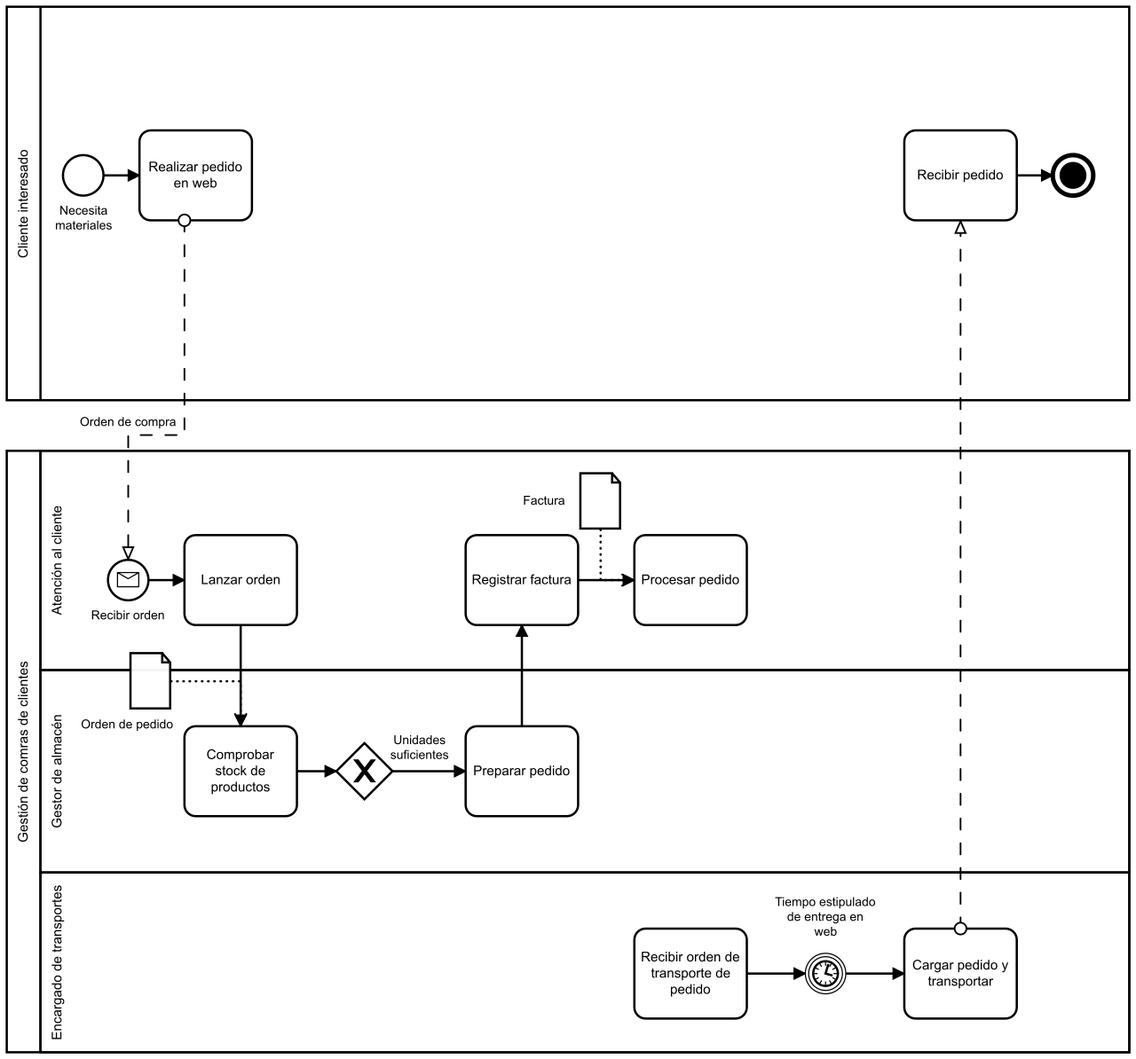
The BPMN diagram diagramas/diagramas a implantar/diagramaPedidoWeb.png in felipescalera/Proyecto-IR, before a commit. Its source is kept beside it as diagramas/diagramas a implantar/diagramaPedidoWeb.bpmn. Ids are renumbered.
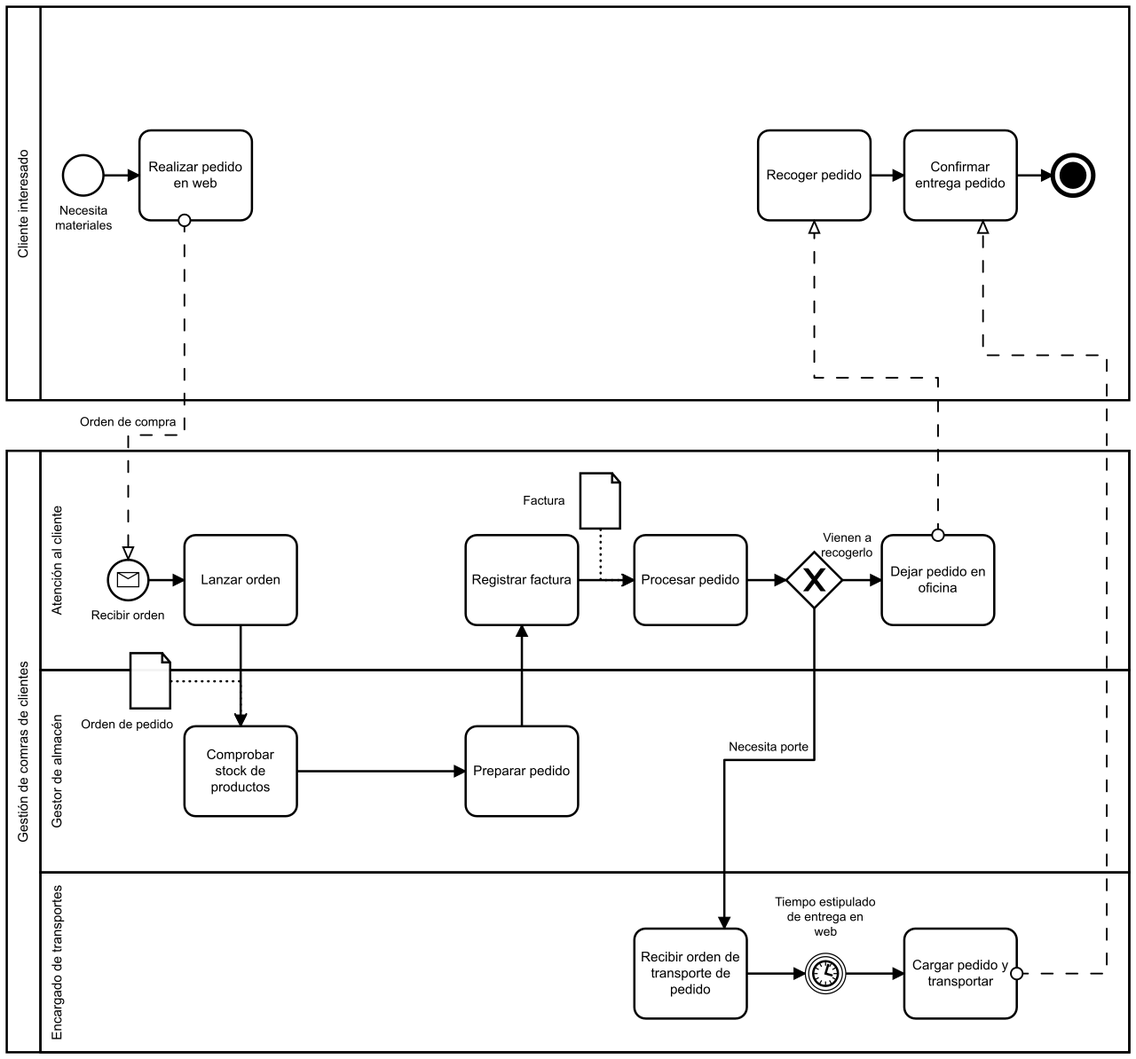
After the commit.

Commit message:
Correcciones finales del documento + añadidos y refinados objetivos, el 3.* y 4.* BPMN finales corregidos

Diff of the diagram source:
```diff
@@ -4,6 +4,7 @@
     <bpmn:participant id="Participant_n5" name="Cliente interesado" processRef="Process_n6" />
     <bpmn:messageFlow id="Flow_n7" name="Orden de compra" sourceRef="Activity_n8" targetRef="Event_n9" />
     <bpmn:messageFlow id="Flow_n10" sourceRef="Activity_n11" targetRef="Activity_n12" />
+    <bpmn:messageFlow id="Flow_n49" sourceRef="Activity_n50" targetRef="Activity_n51" />
   </bpmn:collaboration>
   <bpmn:process id="Process_n4" isExecutable="false">
     <bpmn:laneSet id="LaneSet_n13">
@@ -12,10 +13,11 @@
         <bpmn:flowNodeRef>Activity_n15</bpmn:flowNodeRef>
         <bpmn:flowNodeRef>Activity_n16</bpmn:flowNodeRef>
         <bpmn:flowNodeRef>Activity_n17</bpmn:flowNodeRef>
+        <bpmn:flowNodeRef>Gateway_n52</bpmn:flowNodeRef>
+        <bpmn:flowNodeRef>Activity_n50</bpmn:flowNodeRef>
       </bpmn:lane>
       <bpmn:lane id="Lane_n18" name="Gestor de almacén">
         <bpmn:flowNodeRef>Activity_n19</bpmn:flowNodeRef>
-        <bpmn:flowNodeRef>Gateway_n20</bpmn:flowNodeRef>
         <bpmn:flowNodeRef>Activity_n21</bpmn:flowNodeRef>
         <bpmn:childLaneSet id="LaneSet_n22" />
       </bpmn:lane>
@@ -44,12 +46,8 @@
     </bpmn:task>
     <bpmn:dataObjectReference id="DataObjectReference_n32" name="Orden de pedido" dataObjectRef="DataObject_n33" />
     <bpmn:dataObject id="DataObject_n33" />
-    <bpmn:exclusiveGateway id="Gateway_n20">
+    <bpmn:task id="Activity_n21" name="Preparar pedido">
       <bpmn:incoming>Flow_n29</bpmn:incoming>
-      <bpmn:outgoing>Flow_n34</bpmn:outgoing>
-    </bpmn:exclusiveGateway>
-    <bpmn:task id="Activity_n21" name="Preparar pedido">
-      <bpmn:incoming>Flow_n34</bpmn:incoming>
       <bpmn:outgoing>Flow_n35</bpmn:outgoing>
     </bpmn:task>
     <bpmn:task id="Activity_n16" name="Registrar factura">
@@ -58,6 +56,7 @@
     </bpmn:task>
     <bpmn:task id="Activity_n17" name="Procesar pedido">
       <bpmn:incoming>Flow_n36</bpmn:incoming>
+      <bpmn:outgoing>Flow_n53</bpmn:outgoing>
       <bpmn:property id="Property_n37" name="__targetRef_placeholder" />
       <bpmn:dataInputAssociation id="DataInputAssociation_n38">
         <bpmn:sourceRef>DataObjectReference_n39</bpmn:sourceRef>
@@ -68,12 +67,12 @@
     <bpmn:dataObject id="DataObject_n40" />
     <bpmn:sequenceFlow id="Flow_n26" sourceRef="Event_n9" targetRef="Activity_n15" />
     <bpmn:sequenceFlow id="Flow_n28" sourceRef="Activity_n15" targetRef="Activity_n19" />
-    <bpmn:sequenceFlow id="Flow_n29" sourceRef="Activity_n19" targetRef="Gateway_n20" />
-    <bpmn:sequenceFlow id="Flow_n34" name="Unidades suficientes" sourceRef="Gateway_n20" targetRef="Activity_n21" />
+    <bpmn:sequenceFlow id="Flow_n29" sourceRef="Activity_n19" targetRef="Activity_n21" />
     <bpmn:sequenceFlow id="Flow_n35" sourceRef="Activity_n21" targetRef="Activity_n16" />
     <bpmn:sequenceFlow id="Flow_n36" sourceRef="Activity_n16" targetRef="Activity_n17" />
     <bpmn:sequenceFlow id="Flow_n41" sourceRef="Activity_n24" targetRef="Event_n25" />
     <bpmn:task id="Activity_n24" name="Recibir orden de transporte de pedido">
+      <bpmn:incoming>Flow_n54</bpmn:incoming>
       <bpmn:outgoing>Flow_n41</bpmn:outgoing>
     </bpmn:task>
     <bpmn:intermediateCatchEvent id="Event_n25" name="Tiempo estipulado de entrega en web">
@@ -85,6 +84,17 @@
       <bpmn:incoming>Flow_n42</bpmn:incoming>
     </bpmn:task>
     <bpmn:sequenceFlow id="Flow_n42" sourceRef="Event_n25" targetRef="Activity_n11" />
+    <bpmn:sequenceFlow id="Flow_n54" name="Necesita porte" sourceRef="Gateway_n52" targetRef="Activity_n24" />
+    <bpmn:exclusiveGateway id="Gateway_n52">
+      <bpmn:incoming>Flow_n53</bpmn:incoming>
+      <bpmn:outgoing>Flow_n54</bpmn:outgoing>
+      <bpmn:outgoing>Flow_n55</bpmn:outgoing>
+    </bpmn:exclusiveGateway>
+    <bpmn:sequenceFlow id="Flow_n53" sourceRef="Activity_n17" targetRef="Gateway_n52" />
+    <bpmn:task id="Activity_n50" name="Dejar pedido en oficina">
+      <bpmn:incoming>Flow_n55</bpmn:incoming>
+    </bpmn:task>
+    <bpmn:sequenceFlow id="Flow_n55" name="Vienen a recogerlo" sourceRef="Gateway_n52" targetRef="Activity_n50" />
   </bpmn:process>
   <bpmn:process id="Process_n6">
     <bpmn:startEvent id="StartEvent_n44" name="Necesita materiales">
@@ -95,13 +105,18 @@
     </bpmn:task>
     <bpmn:sequenceFlow id="Flow_n45" sourceRef="StartEvent_n44" targetRef="Activity_n8" />
     <bpmn:sequenceFlow id="Flow_n46" sourceRef="Activity_n12" targetRef="Event_n47" />
-    <bpmn:task id="Activity_n12" name="Recibir pedido">
+    <bpmn:task id="Activity_n12" name="Confirmar entrega pedido">
+      <bpmn:incoming>Flow_n56</bpmn:incoming>
       <bpmn:outgoing>Flow_n46</bpmn:outgoing>
     </bpmn:task>
     <bpmn:endEvent id="Event_n47">
       <bpmn:incoming>Flow_n46</bpmn:incoming>
       <bpmn:terminateEventDefinition id="TerminateEventDefinition_n48" />
     </bpmn:endEvent>
+    <bpmn:task id="Activity_n51" name="Recoger pedido">
+      <bpmn:outgoing>Flow_n56</bpmn:outgoing>
+    </bpmn:task>
+    <bpmn:sequenceFlow id="Flow_n56" sourceRef="Activity_n51" targetRef="Activity_n12" />
   </bpmn:process>
   <bpmndi:BPMNDiagram id="BPMNDiagram_1">
     <bpmndi:BPMNPlane id="BPMNPlane_1" bpmnElement="Collaboration_n2">
@@ -117,6 +132,10 @@
       <bpmndi:BPMNShape id="Lane_n14_di" bpmnElement="Lane_n14" isHorizontal="true">
         <dc:Bounds x="182" y="475" width="968" height="195" />
       </bpmndi:BPMNShape>
+      <bpmndi:BPMNEdge id="Flow_n42_di" bpmnElement="Flow_n42">
+        <di:waypoint x="898" y="940" />
+        <di:waypoint x="950" y="940" />
+      </bpmndi:BPMNEdge>
       <bpmndi:BPMNEdge id="Flow_n41_di" bpmnElement="Flow_n41">
         <di:waypoint x="810" y="940" />
         <di:waypoint x="862" y="940" />
@@ -129,16 +148,9 @@
         <di:waypoint x="610" y="720" />
         <di:waypoint x="610" y="630" />
       </bpmndi:BPMNEdge>
-      <bpmndi:BPMNEdge id="Flow_n34_di" bpmnElement="Flow_n34">
-        <di:waypoint x="495" y="760" />
-        <di:waypoint x="560" y="760" />
-        <bpmndi:BPMNLabel>
-          <dc:Bounds x="493" y="726" width="53" height="27" />
-        </bpmndi:BPMNLabel>
-      </bpmndi:BPMNEdge>
       <bpmndi:BPMNEdge id="Flow_n29_di" bpmnElement="Flow_n29">
         <di:waypoint x="410" y="760" />
-        <di:waypoint x="445" y="760" />
+        <di:waypoint x="560" y="760" />
       </bpmndi:BPMNEdge>
       <bpmndi:BPMNEdge id="Flow_n28_di" bpmnElement="Flow_n28">
         <di:waypoint x="360" y="630" />
@@ -148,9 +160,25 @@
         <di:waypoint x="278" y="590" />
         <di:waypoint x="310" y="590" />
       </bpmndi:BPMNEdge>
-      <bpmndi:BPMNEdge id="Flow_n42_di" bpmnElement="Flow_n42">
-        <di:waypoint x="898" y="940" />
-        <di:waypoint x="950" y="940" />
+      <bpmndi:BPMNEdge id="Flow_n54_di" bpmnElement="Flow_n54">
+        <di:waypoint x="870" y="615" />
+        <di:waypoint x="870" y="750" />
+        <di:waypoint x="790" y="750" />
+        <di:waypoint x="790" y="900" />
+        <bpmndi:BPMNLabel>
+          <dc:Bounds x="794" y="732" width="72" height="14" />
+        </bpmndi:BPMNLabel>
+      </bpmndi:BPMNEdge>
+      <bpmndi:BPMNEdge id="Flow_n53_di" bpmnElement="Flow_n53">
+        <di:waypoint x="810" y="590" />
+        <di:waypoint x="845" y="590" />
+      </bpmndi:BPMNEdge>
+      <bpmndi:BPMNEdge id="Flow_n55_di" bpmnElement="Flow_n55">
+        <di:waypoint x="895" y="590" />
+        <di:waypoint x="930" y="590" />
+        <bpmndi:BPMNLabel>
+          <dc:Bounds x="876" y="546" width="47" height="27" />
+        </bpmndi:BPMNLabel>
       </bpmndi:BPMNEdge>
       <bpmndi:BPMNShape id="Event_1xrxljv_di" bpmnElement="Event_n9">
         <dc:Bounds x="242" y="572" width="36" height="36" />
@@ -169,9 +197,6 @@
         <bpmndi:BPMNLabel>
           <dc:Bounds x="218" y="712" width="83" height="14" />
         </bpmndi:BPMNLabel>
-      </bpmndi:BPMNShape>
-      <bpmndi:BPMNShape id="Gateway_1hxzocf_di" bpmnElement="Gateway_n20" isMarkerVisible="true">
-        <dc:Bounds x="445" y="735" width="50" height="50" />
       </bpmndi:BPMNShape>
       <bpmndi:BPMNShape id="Activity_n21_di" bpmnElement="Activity_n21">
         <dc:Bounds x="560" y="720" width="100" height="80" />
@@ -200,6 +225,12 @@
       <bpmndi:BPMNShape id="Activity_n11_di" bpmnElement="Activity_n11">
         <dc:Bounds x="950" y="900" width="100" height="80" />
       </bpmndi:BPMNShape>
+      <bpmndi:BPMNShape id="Gateway_n52_di" bpmnElement="Gateway_n52" isMarkerVisible="true">
+        <dc:Bounds x="845" y="565" width="50" height="50" />
+      </bpmndi:BPMNShape>
+      <bpmndi:BPMNShape id="Activity_n50_di" bpmnElement="Activity_n50">
+        <dc:Bounds x="930" y="550" width="100" height="80" />
+      </bpmndi:BPMNShape>
       <bpmndi:BPMNShape id="Participant_n5_di" bpmnElement="Participant_n5" isHorizontal="true">
         <dc:Bounds x="152" y="80" width="998" height="350" />
       </bpmndi:BPMNShape>
@@ -210,6 +241,10 @@
       <bpmndi:BPMNEdge id="Flow_n45_di" bpmnElement="Flow_n45">
         <di:waypoint x="238" y="230" />
         <di:waypoint x="270" y="230" />
+      </bpmndi:BPMNEdge>
+      <bpmndi:BPMNEdge id="Flow_n56_di" bpmnElement="Flow_n56">
+        <di:waypoint x="920" y="230" />
+        <di:waypoint x="950" y="230" />
       </bpmndi:BPMNEdge>
       <bpmndi:BPMNShape id="_BPMNShape_StartEvent_2" bpmnElement="StartEvent_n44">
         <dc:Bounds x="202" y="212" width="36" height="36" />
@@ -225,6 +260,9 @@
       </bpmndi:BPMNShape>
       <bpmndi:BPMNShape id="Event_0ff845j_di" bpmnElement="Event_n47">
         <dc:Bounds x="1082" y="212" width="36" height="36" />
+      </bpmndi:BPMNShape>
+      <bpmndi:BPMNShape id="Activity_n51_di" bpmnElement="Activity_n51">
+        <dc:Bounds x="820" y="190" width="100" height="80" />
       </bpmndi:BPMNShape>
       <bpmndi:BPMNEdge id="DataInputAssociation_n31_di" bpmnElement="DataInputAssociation_n31">
         <di:waypoint x="298" y="680" />
@@ -246,8 +284,17 @@
         </bpmndi:BPMNLabel>
       </bpmndi:BPMNEdge>
       <bpmndi:BPMNEdge id="Flow_n10_di" bpmnElement="Flow_n10">
-        <di:waypoint x="1000" y="900" />
-        <di:waypoint x="1000" y="270" />
+        <di:waypoint x="1050" y="940" />
+        <di:waypoint x="1130" y="940" />
+        <di:waypoint x="1130" y="390" />
+        <di:waypoint x="1020" y="390" />
+        <di:waypoint x="1020" y="270" />
+      </bpmndi:BPMNEdge>
+      <bpmndi:BPMNEdge id="Flow_n49_di" bpmnElement="Flow_n49">
+        <di:waypoint x="980" y="550" />
+        <di:waypoint x="980" y="410" />
+        <di:waypoint x="870" y="410" />
+        <di:waypoint x="870" y="270" />
       </bpmndi:BPMNEdge>
     </bpmndi:BPMNPlane>
   </bpmndi:BPMNDiagram>
```
